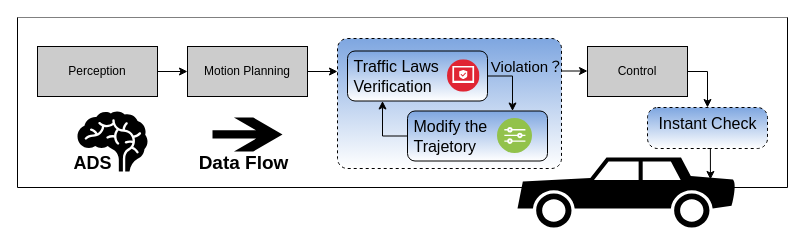
This is Untitled Diagram.drawio from smallzjuer/sav-smu.github.io, a draw.io file, before an edit. Source tidied: cells renumbered, new cells numbered last; positions are measured from the earlier drawing's top-left corner, leaving out a move shared by most shapes. Both pictures are drawn from the tidied source at 100%, with x=0, y=0 at pixel (17, 17).
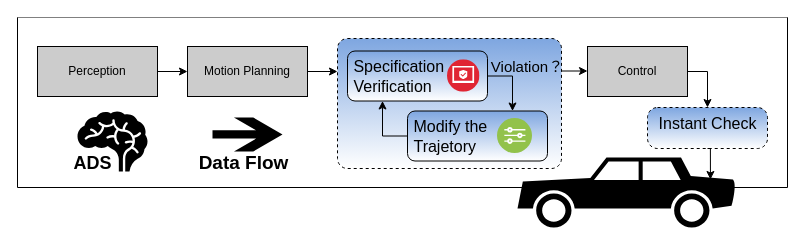
After the change.

Unchanged cells that the change refers to:
```xml
<mxCell id="2" style="swimlane;startSize=0;gradientColor=#ffffff;swimlaneFillColor=default;fontSize=11;" parent="1" vertex="1">
  <mxGeometry width="770" height="170" as="geometry" />
</mxCell>
```

The edit, as a diff of the source:
```diff
@@
-    <mxCell id="16" value="&lt;div style=&quot;font-size: 16px&quot; align=&quot;left&quot;&gt;&lt;font style=&quot;font-size: 16px&quot;&gt;&amp;nbsp;Traffic Laws&lt;/font&gt;&lt;/div&gt;&lt;div style=&quot;font-size: 16px&quot; align=&quot;left&quot;&gt;&lt;font style=&quot;font-size: 16px&quot;&gt;&amp;nbsp;Verification&lt;/font&gt;&lt;/div&gt;" style="rounded=1;whiteSpace=wrap;html=1;gradientColor=#ffffff;align=left;fillColor=#7EA6E0;" parent="2" vertex="1">
+    <mxCell id="16" value="&lt;div style=&quot;font-size: 16px&quot; align=&quot;left&quot;&gt;&lt;font style=&quot;font-size: 16px&quot;&gt;&amp;nbsp;Specification&lt;br&gt;&lt;/font&gt;&lt;/div&gt;&lt;div style=&quot;font-size: 16px&quot; align=&quot;left&quot;&gt;&lt;font style=&quot;font-size: 16px&quot;&gt;&amp;nbsp;Verification&lt;/font&gt;&lt;/div&gt;" style="rounded=1;whiteSpace=wrap;html=1;gradientColor=#ffffff;align=left;fillColor=#7EA6E0;" parent="2" vertex="1">
       <mxGeometry x="330" y="33.5" width="140" height="50" as="geometry" />
     </mxCell>
```
